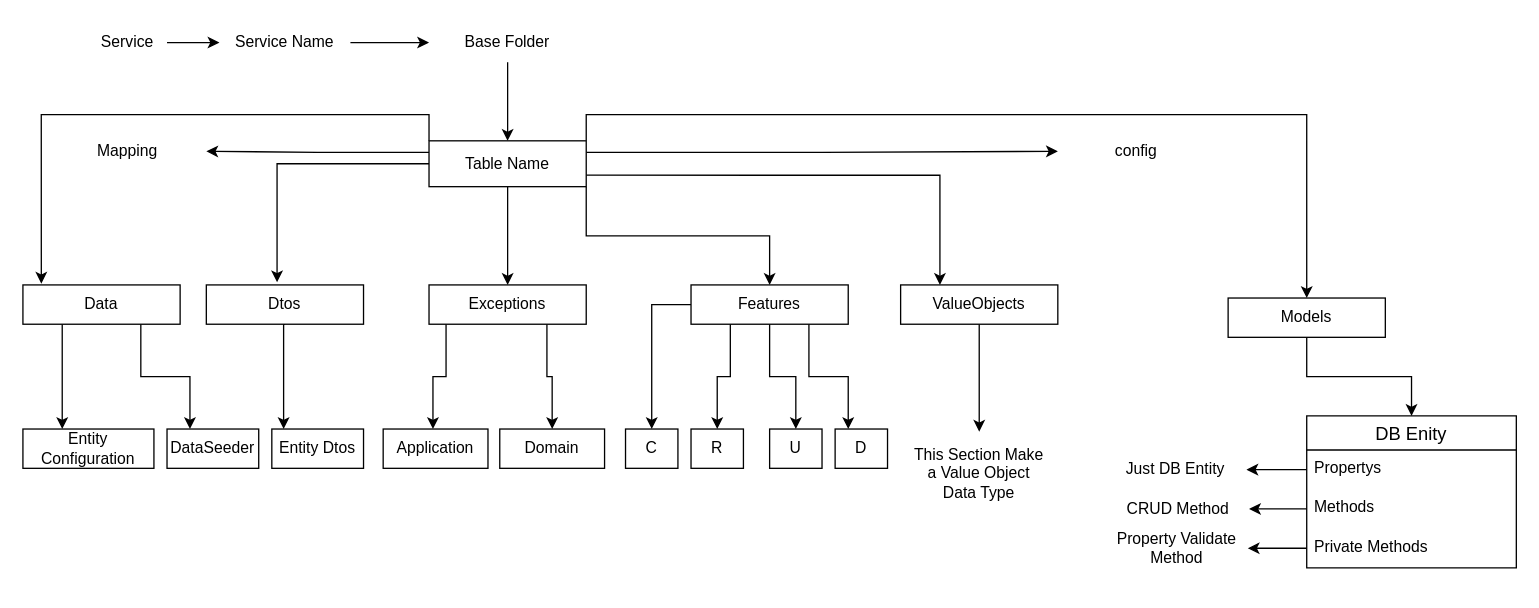
Earlier version of the draw.io diagram SAFE Service structured Diagram.drawio (walidulhasan/UML). Source tidied: cells renumbered, new cells numbered last; positions are measured from the earlier drawing's top-left corner, leaving out a move shared by most shapes. Both pictures are drawn from the tidied source at 131%, with x=0, y=0 at pixel (22, 22).
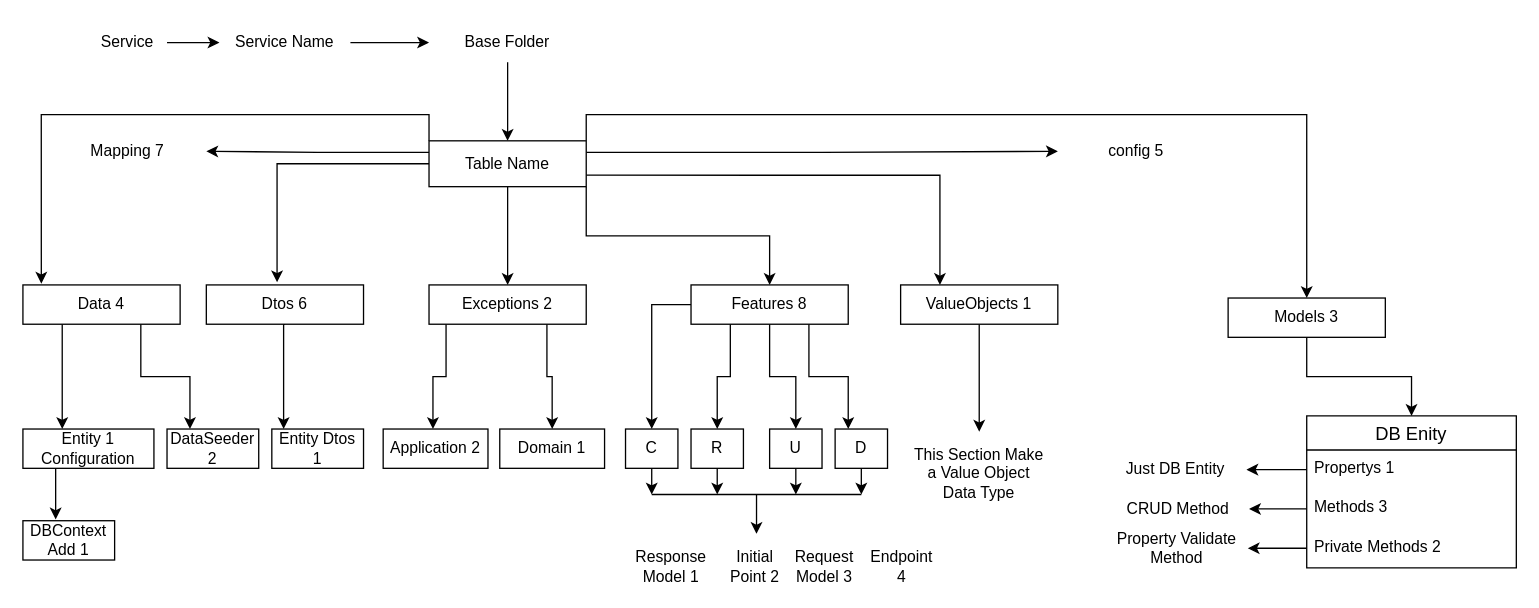
The same diagram, later.

Unchanged cells that the change refers to:
```xml
<mxCell id="36" value="DB Enity" style="swimlane;fontStyle=0;horizontal=1;startSize=26;align=center;fontSize=14;" parent="1" vertex="1">
  <mxGeometry x="980" y="300" width="160" height="116" as="geometry" />
</mxCell>
<mxCell id="45" value="C" style="whiteSpace=wrap;html=1;" parent="1" vertex="1">
  <mxGeometry x="460" y="310" width="40" height="30" as="geometry" />
</mxCell>
<mxCell id="46" value="R" style="whiteSpace=wrap;html=1;" parent="1" vertex="1">
  <mxGeometry x="510" y="310" width="40" height="30" as="geometry" />
</mxCell>
<mxCell id="47" value="U" style="whiteSpace=wrap;html=1;" parent="1" vertex="1">
  <mxGeometry x="570" y="310" width="40" height="30" as="geometry" />
</mxCell>
<mxCell id="48" value="D" style="whiteSpace=wrap;html=1;" parent="1" vertex="1">
  <mxGeometry x="620" y="310" width="40" height="30" as="geometry" />
</mxCell>
```

Change to the diagram source:
```diff
@@
-    <mxCell id="19" value="Data" style="whiteSpace=wrap;html=1;" parent="1" vertex="1">
+    <mxCell id="19" value="Data 4" style="whiteSpace=wrap;html=1;" parent="1" vertex="1">
       <mxGeometry y="200" width="120" height="30" as="geometry" />
     </mxCell>
@@
-    <mxCell id="21" value="Dtos" style="whiteSpace=wrap;html=1;" parent="1" vertex="1">
+    <mxCell id="21" value="Dtos 6" style="whiteSpace=wrap;html=1;" parent="1" vertex="1">
       <mxGeometry x="140" y="200" width="120" height="30" as="geometry" />
     </mxCell>
@@
-    <mxCell id="24" value="Exceptions" style="whiteSpace=wrap;html=1;" parent="1" vertex="1">
+    <mxCell id="24" value="Exceptions 2" style="whiteSpace=wrap;html=1;" parent="1" vertex="1">
       <mxGeometry x="310" y="200" width="120" height="30" as="geometry" />
     </mxCell>
@@
-    <mxCell id="29" value="Features" style="whiteSpace=wrap;html=1;" parent="1" vertex="1">
+    <mxCell id="29" value="Features 8" style="whiteSpace=wrap;html=1;" parent="1" vertex="1">
       <mxGeometry x="510" y="200" width="120" height="30" as="geometry" />
     </mxCell>
@@
-    <mxCell id="31" value="Models" style="whiteSpace=wrap;html=1;" parent="1" vertex="1">
+    <mxCell id="31" value="Models 3&lt;br&gt;" style="whiteSpace=wrap;html=1;" parent="1" vertex="1">
       <mxGeometry x="920" y="210" width="120" height="30" as="geometry" />
     </mxCell>
@@
-    <mxCell id="33" value="ValueObjects" style="whiteSpace=wrap;html=1;" parent="1" vertex="1">
+    <mxCell id="33" value="ValueObjects 1" style="whiteSpace=wrap;html=1;" parent="1" vertex="1">
       <mxGeometry x="670" y="200" width="120" height="30" as="geometry" />
     </mxCell>
-    <mxCell id="34" value="config" style="text;html=1;strokeColor=none;fillColor=none;align=center;verticalAlign=middle;whiteSpace=wrap;rounded=0;" parent="1" vertex="1">
+    <mxCell id="34" value="config 5" style="text;html=1;strokeColor=none;fillColor=none;align=center;verticalAlign=middle;whiteSpace=wrap;rounded=0;" parent="1" vertex="1">
       <mxGeometry x="790" y="83" width="120" height="30" as="geometry" />
     </mxCell>
-    <mxCell id="35" value="Mapping" style="text;html=1;strokeColor=none;fillColor=none;align=center;verticalAlign=middle;whiteSpace=wrap;rounded=0;" parent="1" vertex="1">
+    <mxCell id="35" value="Mapping 7" style="text;html=1;strokeColor=none;fillColor=none;align=center;verticalAlign=middle;whiteSpace=wrap;rounded=0;" parent="1" vertex="1">
       <mxGeometry x="20" y="83" width="120" height="30" as="geometry" />
     </mxCell>
@@
-    <mxCell id="37" value="Propertys" style="text;strokeColor=none;fillColor=none;spacingLeft=4;spacingRight=4;overflow=hidden;points=[[0,0.5],[1,0.5]];portConstraint=eastwest;fontSize=12;" parent="36" vertex="1">
+    <mxCell id="37" value="Propertys 1" style="text;strokeColor=none;fillColor=none;spacingLeft=4;spacingRight=4;overflow=hidden;points=[[0,0.5],[1,0.5]];portConstraint=eastwest;fontSize=12;" parent="36" vertex="1">
       <mxGeometry y="26" width="160" height="30" as="geometry" />
     </mxCell>
-    <mxCell id="38" value="Methods" style="text;strokeColor=none;fillColor=none;spacingLeft=4;spacingRight=4;overflow=hidden;points=[[0,0.5],[1,0.5]];portConstraint=eastwest;fontSize=12;" parent="36" vertex="1">
+    <mxCell id="38" value="Methods 3" style="text;strokeColor=none;fillColor=none;spacingLeft=4;spacingRight=4;overflow=hidden;points=[[0,0.5],[1,0.5]];portConstraint=eastwest;fontSize=12;" parent="36" vertex="1">
       <mxGeometry y="56" width="160" height="30" as="geometry" />
     </mxCell>
-    <mxCell id="39" value="Private Methods" style="text;strokeColor=none;fillColor=none;spacingLeft=4;spacingRight=4;overflow=hidden;points=[[0,0.5],[1,0.5]];portConstraint=eastwest;fontSize=12;" parent="36" vertex="1">
+    <mxCell id="39" value="Private Methods 2" style="text;strokeColor=none;fillColor=none;spacingLeft=4;spacingRight=4;overflow=hidden;points=[[0,0.5],[1,0.5]];portConstraint=eastwest;fontSize=12;" parent="36" vertex="1">
       <mxGeometry y="86" width="160" height="30" as="geometry" />
     </mxCell>
+    <mxCell id="56" style="edgeStyle=orthogonalEdgeStyle;rounded=0;jettySize=auto;html=1;exitX=0.25;exitY=1;exitDx=0;exitDy=0;entryX=0.357;entryY=-0.033;entryDx=0;entryDy=0;entryPerimeter=0;" parent="1" edge="1" source="40" target="61">
+      <mxGeometry relative="1" as="geometry" />
+    </mxCell>
-    <mxCell id="40" value="Entity Configuration" style="whiteSpace=wrap;html=1;" parent="1" vertex="1">
+    <mxCell id="40" value="Entity 1 Configuration" style="whiteSpace=wrap;html=1;" parent="1" vertex="1">
       <mxGeometry y="310" width="100" height="30" as="geometry" />
     </mxCell>
-    <mxCell id="41" value="DataSeeder" style="whiteSpace=wrap;html=1;" parent="1" vertex="1">
+    <mxCell id="41" value="DataSeeder 2" style="whiteSpace=wrap;html=1;" parent="1" vertex="1">
       <mxGeometry x="110" y="310" width="70" height="30" as="geometry" />
     </mxCell>
-    <mxCell id="42" value="Entity Dtos" style="whiteSpace=wrap;html=1;" parent="1" vertex="1">
+    <mxCell id="42" value="Entity Dtos 1" style="whiteSpace=wrap;html=1;" parent="1" vertex="1">
       <mxGeometry x="190" y="310" width="70" height="30" as="geometry" />
     </mxCell>
-    <mxCell id="43" value="Application" style="whiteSpace=wrap;html=1;" parent="1" vertex="1">
+    <mxCell id="43" value="Application 2" style="whiteSpace=wrap;html=1;" parent="1" vertex="1">
       <mxGeometry x="275" y="310" width="80" height="30" as="geometry" />
     </mxCell>
-    <mxCell id="44" value="Domain" style="whiteSpace=wrap;html=1;" parent="1" vertex="1">
+    <mxCell id="44" value="Domain 1" style="whiteSpace=wrap;html=1;" parent="1" vertex="1">
       <mxGeometry x="364" y="310" width="80" height="30" as="geometry" />
     </mxCell>
+    <mxCell id="57" style="edgeStyle=orthogonalEdgeStyle;rounded=0;jettySize=auto;html=1;exitX=0.5;exitY=1;exitDx=0;exitDy=0;" parent="1" edge="1" source="45">
+      <mxGeometry relative="1" as="geometry">
+        <mxPoint x="480" y="360" as="targetPoint" />
+      </mxGeometry>
+    </mxCell>
@@
+    <mxCell id="58" style="edgeStyle=orthogonalEdgeStyle;rounded=0;jettySize=auto;html=1;exitX=0.5;exitY=1;exitDx=0;exitDy=0;" parent="1" edge="1" source="46">
+      <mxGeometry relative="1" as="geometry">
+        <mxPoint x="530" y="360" as="targetPoint" />
+      </mxGeometry>
+    </mxCell>
@@
+    <mxCell id="59" style="edgeStyle=orthogonalEdgeStyle;rounded=0;jettySize=auto;html=1;exitX=0.5;exitY=1;exitDx=0;exitDy=0;" parent="1" edge="1" source="47">
+      <mxGeometry relative="1" as="geometry">
+        <mxPoint x="590" y="360" as="targetPoint" />
+      </mxGeometry>
+    </mxCell>
@@
+    <mxCell id="60" style="edgeStyle=orthogonalEdgeStyle;rounded=0;jettySize=auto;html=1;exitX=0.5;exitY=1;exitDx=0;exitDy=0;" parent="1" edge="1" source="48">
+      <mxGeometry relative="1" as="geometry">
+        <mxPoint x="640" y="360" as="targetPoint" />
+      </mxGeometry>
+    </mxCell>
@@
+    <mxCell id="61" value="DBContext Add 1" style="whiteSpace=wrap;html=1;" parent="1" vertex="1">
+      <mxGeometry y="380" width="70" height="30" as="geometry" />
+    </mxCell>
+    <mxCell id="62" style="endArrow=none;html=1;rounded=0;" parent="1" edge="1">
+      <mxGeometry relative="1" as="geometry">
+        <mxPoint x="480" y="360" as="sourcePoint" />
+        <mxPoint x="640" y="360" as="targetPoint" />
+      </mxGeometry>
+    </mxCell>
+    <mxCell id="63" style="endArrow=classic;html=1;rounded=0;" parent="1" edge="1">
+      <mxGeometry relative="1" as="geometry">
+        <mxPoint x="560" y="360" as="sourcePoint" />
+        <mxPoint x="560" y="390" as="targetPoint" />
+      </mxGeometry>
+    </mxCell>
+    <mxCell id="64" value="Response Model 1" style="text;html=1;strokeColor=none;fillColor=none;align=center;verticalAlign=middle;whiteSpace=wrap;rounded=0;" parent="1" vertex="1">
+      <mxGeometry x="460" y="400" width="70" height="30" as="geometry" />
+    </mxCell>
+    <mxCell id="65" value="Initial Point 2" style="text;html=1;strokeColor=none;fillColor=none;align=center;verticalAlign=middle;whiteSpace=wrap;rounded=0;" parent="1" vertex="1">
+      <mxGeometry x="534" y="400" width="50" height="30" as="geometry" />
+    </mxCell>
+    <mxCell id="66" value="Request Model 3" style="text;html=1;strokeColor=none;fillColor=none;align=center;verticalAlign=middle;whiteSpace=wrap;rounded=0;" parent="1" vertex="1">
+      <mxGeometry x="587" y="400" width="50" height="30" as="geometry" />
+    </mxCell>
+    <mxCell id="67" value="Endpoint 4" style="text;html=1;strokeColor=none;fillColor=none;align=center;verticalAlign=middle;whiteSpace=wrap;rounded=0;" parent="1" vertex="1">
+      <mxGeometry x="642" y="400" width="58" height="30" as="geometry" />
+    </mxCell>
```
